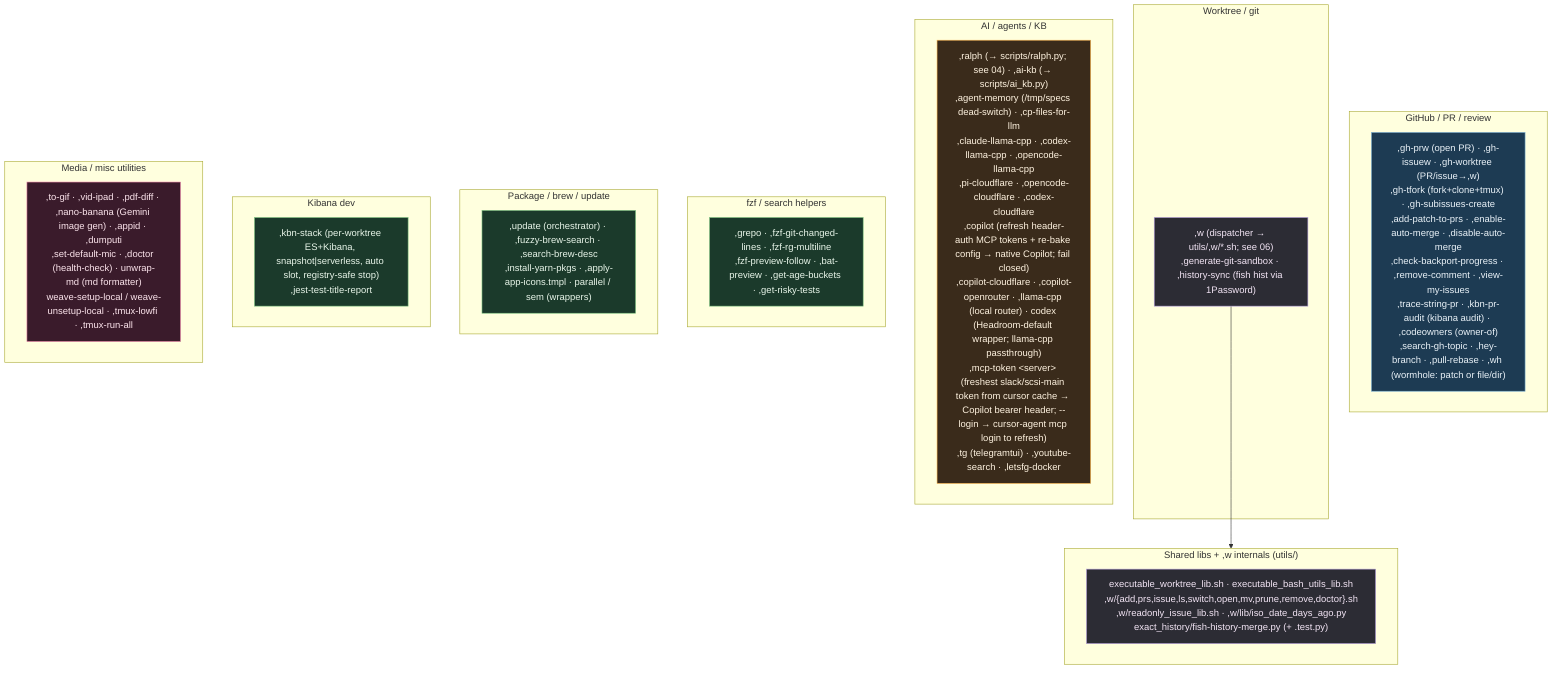
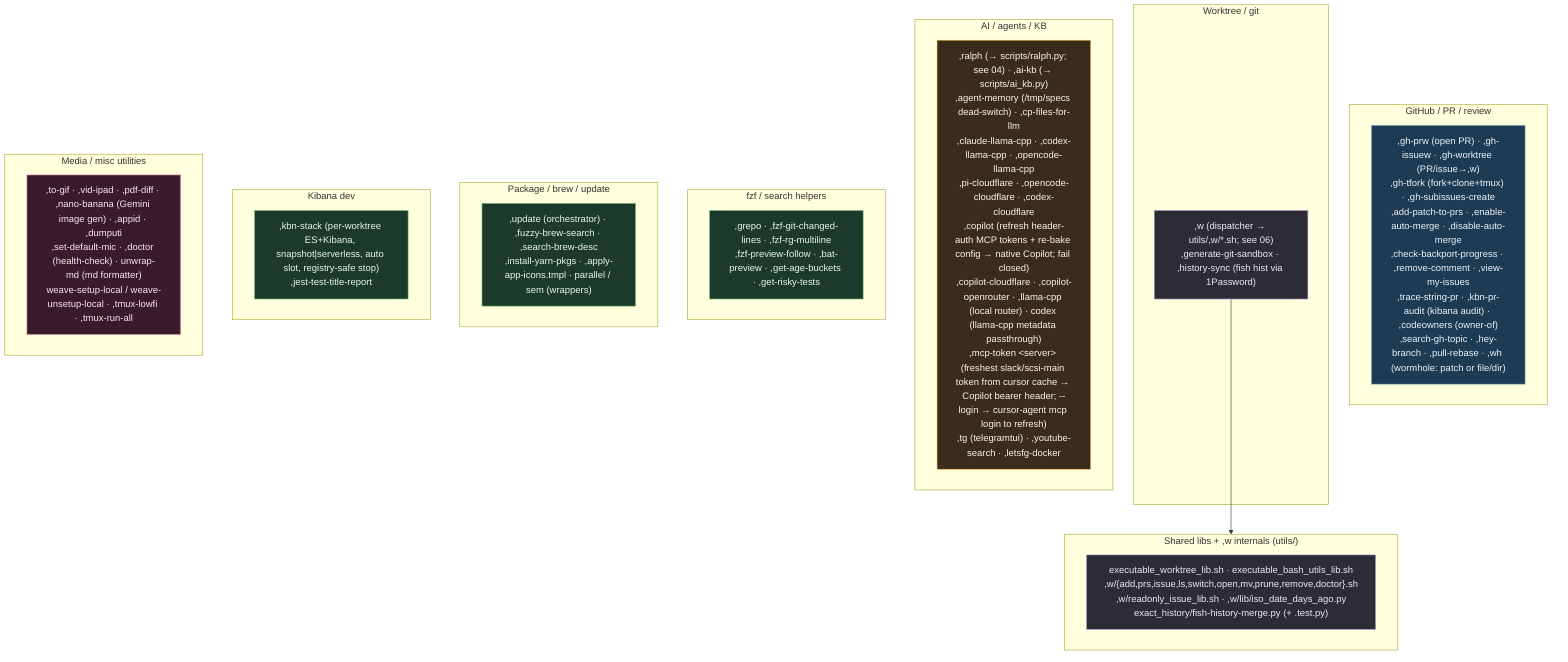
%% ============================================================================
%% 07c-bin-commands.mmd — Every script in home/exact_bin/ (86 incl. utils).
%% executable_,* → ~/bin/,* (comma-prefixed user commands). verify-bin-surface
%% keeps each command covered by fish completions, docs, and this catalog.
%% ============================================================================
flowchart TB
    classDef gh fill:#1d3b53,stroke:#7fb3d5,color:#eaf2f8;
    classDef wt fill:#2c2c34,stroke:#b39ddb,color:#f3e5f5;
    classDef ai fill:#3a2b1b,stroke:#ffb74d,color:#fff3e0;
    classDef media fill:#3a1b2b,stroke:#f48fb1,color:#fce4ec;
    classDef sys fill:#1b3a2b,stroke:#81c784,color:#e8f5e9;

    subgraph GHC["GitHub / PR / review"]
        G[",gh-prw (open PR) · ,gh-issuew · ,gh-worktree (PR/issue→,w)<br/>,gh-tfork (fork+clone+tmux) · ,gh-subissues-create<br/>,add-patch-to-prs · ,enable-auto-merge · ,disable-auto-merge<br/>,check-backport-progress · ,remove-comment · ,view-my-issues<br/>,trace-string-pr · ,kbn-pr-audit (kibana audit) · ,codeowners (owner-of)<br/>,search-gh-topic · ,hey-branch · ,pull-rebase · ,wh (wormhole: patch or file/dir)"]:::gh
    end

    subgraph WTC["Worktree / git"]
        W[",w (dispatcher → utils/,w/*.sh; see 06)<br/>,generate-git-sandbox · ,history-sync (fish hist via 1Password)"]:::wt
    end

    subgraph AIC["AI / agents / KB"]
-         A[",ralph (→ scripts/ralph.py; see 04) · ,ai-kb (→ scripts/ai_kb.py)<br/>,agent-memory (/tmp/specs dead-switch) · ,cp-files-for-llm<br/>,claude-llama-cpp · ,codex-llama-cpp · ,opencode-llama-cpp<br/>,pi-cloudflare · ,opencode-cloudflare · ,codex-cloudflare<br/>,copilot (refresh header-auth MCP tokens + re-bake config → native Copilot; fail closed)<br/>,copilot-cloudflare · ,copilot-openrouter · ,llama-cpp (local router) · codex (Headroom-default wrapper; llama-cpp passthrough)<br/>,mcp-token &lt;server&gt; (freshest slack/scsi-main token from cursor cache → Copilot bearer header; --login → cursor-agent mcp login to refresh)<br/>,tg (telegramtui) · ,youtube-search · ,letsfg-docker"]:::ai
+         A[",ralph (→ scripts/ralph.py; see 04) · ,ai-kb (→ scripts/ai_kb.py)<br/>,agent-memory (/tmp/specs dead-switch) · ,cp-files-for-llm<br/>,claude-llama-cpp · ,codex-llama-cpp · ,opencode-llama-cpp<br/>,pi-cloudflare · ,opencode-cloudflare · ,codex-cloudflare<br/>,copilot (refresh header-auth MCP tokens + re-bake config → native Copilot; fail closed)<br/>,copilot-cloudflare · ,copilot-openrouter · ,llama-cpp (local router) · codex (llama-cpp metadata passthrough)<br/>,mcp-token &lt;server&gt; (freshest slack/scsi-main token from cursor cache → Copilot bearer header; --login → cursor-agent mcp login to refresh)<br/>,tg (telegramtui) · ,youtube-search · ,letsfg-docker"]:::ai
    end

    subgraph FZFC["fzf / search helpers"]
        F[",grepo · ,fzf-git-changed-lines · ,fzf-rg-multiline<br/>,fzf-preview-follow · ,bat-preview · ,get-age-buckets · ,get-risky-tests"]:::sys
    end

    subgraph PKGC["Package / brew / update"]
        P[",update (orchestrator) · ,fuzzy-brew-search · ,search-brew-desc<br/>,install-yarn-pkgs · ,apply-app-icons.tmpl · parallel / sem (wrappers)"]:::sys
    end

    subgraph KBNC["Kibana dev"]
        K[",kbn-stack (per-worktree ES+Kibana, snapshot|serverless, auto slot, registry-safe stop)<br/>,jest-test-title-report"]:::sys
    end

    subgraph MEDIA["Media / misc utilities"]
        M[",to-gif · ,vid-ipad · ,pdf-diff · ,nano-banana (Gemini image gen) · ,appid · ,dumputi<br/>,set-default-mic · ,doctor (health-check) · unwrap-md (md formatter)<br/>weave-setup-local / weave-unsetup-local · ,tmux-lowfi · ,tmux-run-all"]:::media
    end

    subgraph LIBS["Shared libs + ,w internals (utils/)"]
        L["executable_worktree_lib.sh · executable_bash_utils_lib.sh<br/>,w/{add,prs,issue,ls,switch,open,mv,prune,remove,doctor}.sh<br/>,w/readonly_issue_lib.sh · ,w/lib/iso_date_days_ago.py<br/>exact_history/fish-history-merge.py (+ .test.py)"]:::wt
    end
    W --> LIBS
